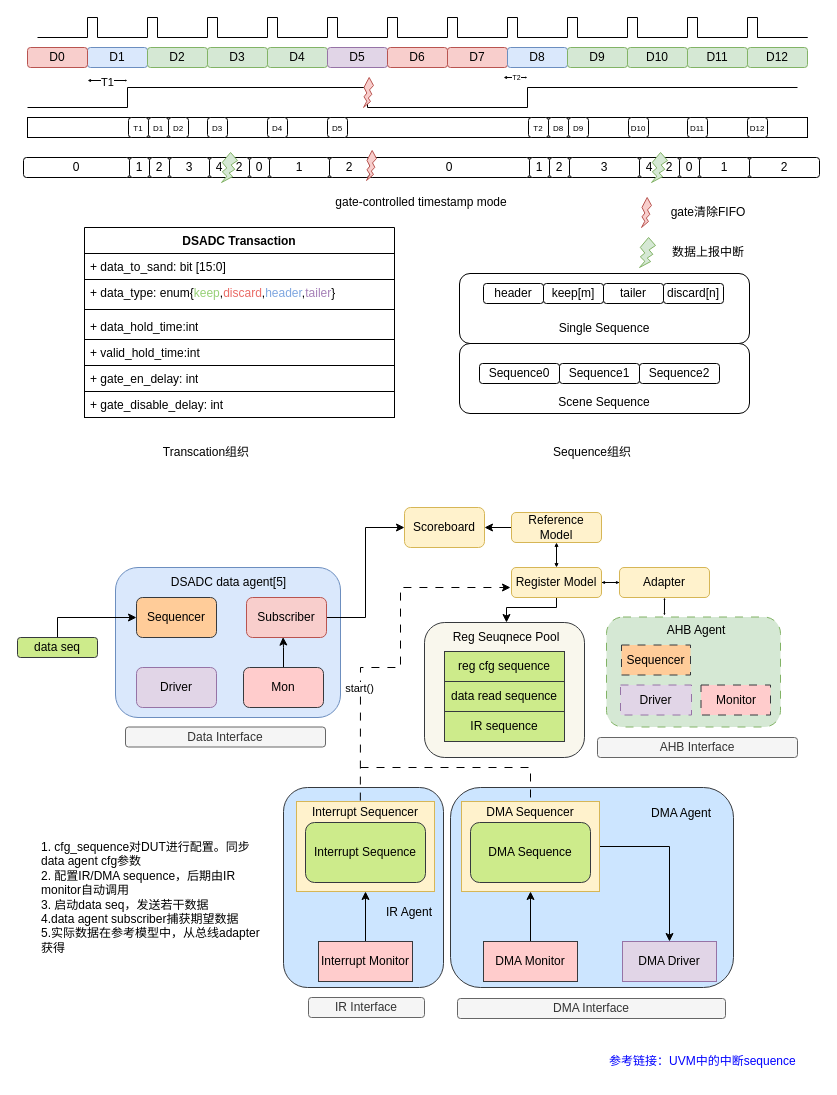
iceyxy/flow-chart-drawio keeps this draw.io diagram as page "环境架构与Tr" (2 of 3) of drawio/dsadc.drawio. Above is the earlier version. Source tidied: cells renumbered, new cells numbered last; positions are measured from the earlier drawing's top-left corner, leaving out a move shared by most shapes. Both pictures are drawn from the tidied source at 100%, with x=0, y=0 at pixel (17, 17).
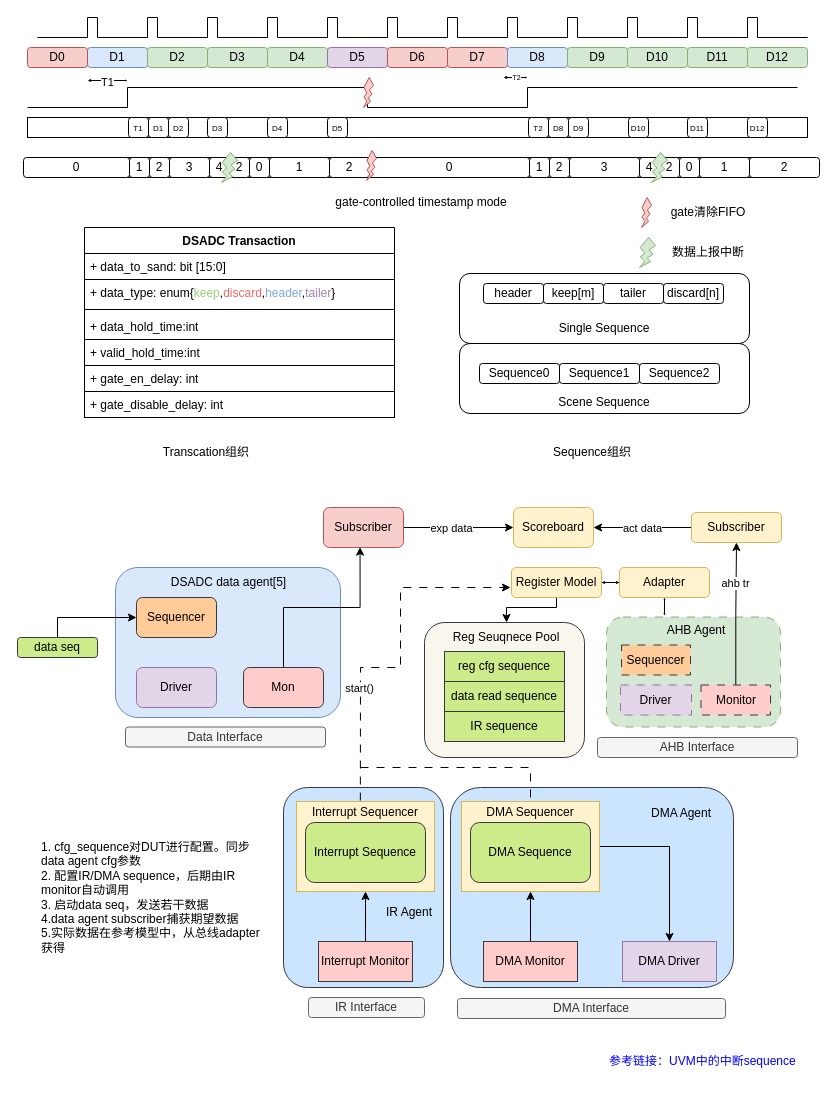
Above is the later version.

Unchanged cells that the change refers to:
```xml
<mxCell id="97" style="edgeStyle=orthogonalEdgeStyle;rounded=0;jettySize=auto;html=1;entryX=0;entryY=0.5;entryDx=0;entryDy=0;" parent="1" edge="1" source="98" target="99">
  <mxGeometry relative="1" as="geometry" />
</mxCell>
<mxCell id="108" value="Monitor" style="rounded=0;whiteSpace=wrap;html=1;dashed=1;dashPattern=8 8;fillColor=#ffcccc;strokeColor=#36393d;" parent="1" vertex="1">
  <mxGeometry x="683.5" y="667.5" width="69.5" height="30" as="geometry" />
</mxCell>
<mxCell id="126" value="Register Model" style="rounded=1;whiteSpace=wrap;html=1;fillColor=#fff2cc;strokeColor=#d6b656;" parent="1" vertex="1">
  <mxGeometry x="494" y="550" width="90" height="30" as="geometry" />
</mxCell>
<mxCell id="132" style="edgeStyle=orthogonalEdgeStyle;rounded=0;jettySize=auto;html=1;entryX=1;entryY=0.5;entryDx=0;entryDy=0;" parent="1" edge="1" source="134" target="99">
  <mxGeometry relative="1" as="geometry" />
</mxCell>
```

Diff of the diagram source:
```diff
@@
+    <mxCell id="142" value="exp data" style="edgeLabel;html=1;align=center;verticalAlign=middle;" parent="97" vertex="1">
+      <mxGeometry x="0.02" y="1" relative="1" as="geometry">
+        <mxPoint x="-9" y="1" as="offset" />
+      </mxGeometry>
+    </mxCell>
     <mxCell id="98" value="Subscriber" style="rounded=1;whiteSpace=wrap;html=1;fillColor=#f8cecc;strokeColor=#b85450;" parent="1" vertex="1">
-      <mxGeometry x="229" y="580" width="80" height="40" as="geometry" />
+      <mxGeometry x="306" y="490" width="80" height="40" as="geometry" />
     </mxCell>
     <mxCell id="99" value="Scoreboard" style="rounded=1;whiteSpace=wrap;html=1;fillColor=#fff2cc;strokeColor=#d6b656;" parent="1" vertex="1">
-      <mxGeometry x="387" y="490" width="80" height="40" as="geometry" />
+      <mxGeometry x="496" y="490" width="80" height="40" as="geometry" />
     </mxCell>
@@
+    <mxCell id="143" style="edgeStyle=orthogonalEdgeStyle;rounded=0;jettySize=auto;html=1;entryX=0.5;entryY=1;entryDx=0;entryDy=0;" parent="1" edge="1" source="108" target="134">
+      <mxGeometry relative="1" as="geometry" />
+    </mxCell>
+    <mxCell id="144" value="ahb tr" style="edgeLabel;html=1;align=center;verticalAlign=middle;" parent="143" vertex="1">
+      <mxGeometry x="0.44" y="2" relative="1" as="geometry" />
+    </mxCell>
@@
-    <mxCell id="133" style="edgeStyle=orthogonalEdgeStyle;rounded=0;jettySize=auto;html=1;entryX=0.5;entryY=0;entryDx=0;entryDy=0;startArrow=classic;startFill=1;startSize=2;endSize=2;" parent="1" edge="1" source="134" target="126">
-      <mxGeometry relative="1" as="geometry" />
-    </mxCell>
+    <mxCell id="145" value="act data" style="edgeLabel;html=1;align=center;verticalAlign=middle;" parent="132" vertex="1">
+      <mxGeometry x="0.49" y="1" relative="1" as="geometry">
+        <mxPoint x="23" y="-1" as="offset" />
+      </mxGeometry>
+    </mxCell>
-    <mxCell id="134" value="Reference Model" style="rounded=1;whiteSpace=wrap;html=1;fillColor=#fff2cc;strokeColor=#d6b656;" parent="1" vertex="1">
-      <mxGeometry x="494" y="495" width="90" height="30" as="geometry" />
+    <mxCell id="134" value="Subscriber" style="rounded=1;whiteSpace=wrap;html=1;fillColor=#fff2cc;strokeColor=#d6b656;" parent="1" vertex="1">
+      <mxGeometry x="674" y="495" width="90" height="30" as="geometry" />
     </mxCell>
```
